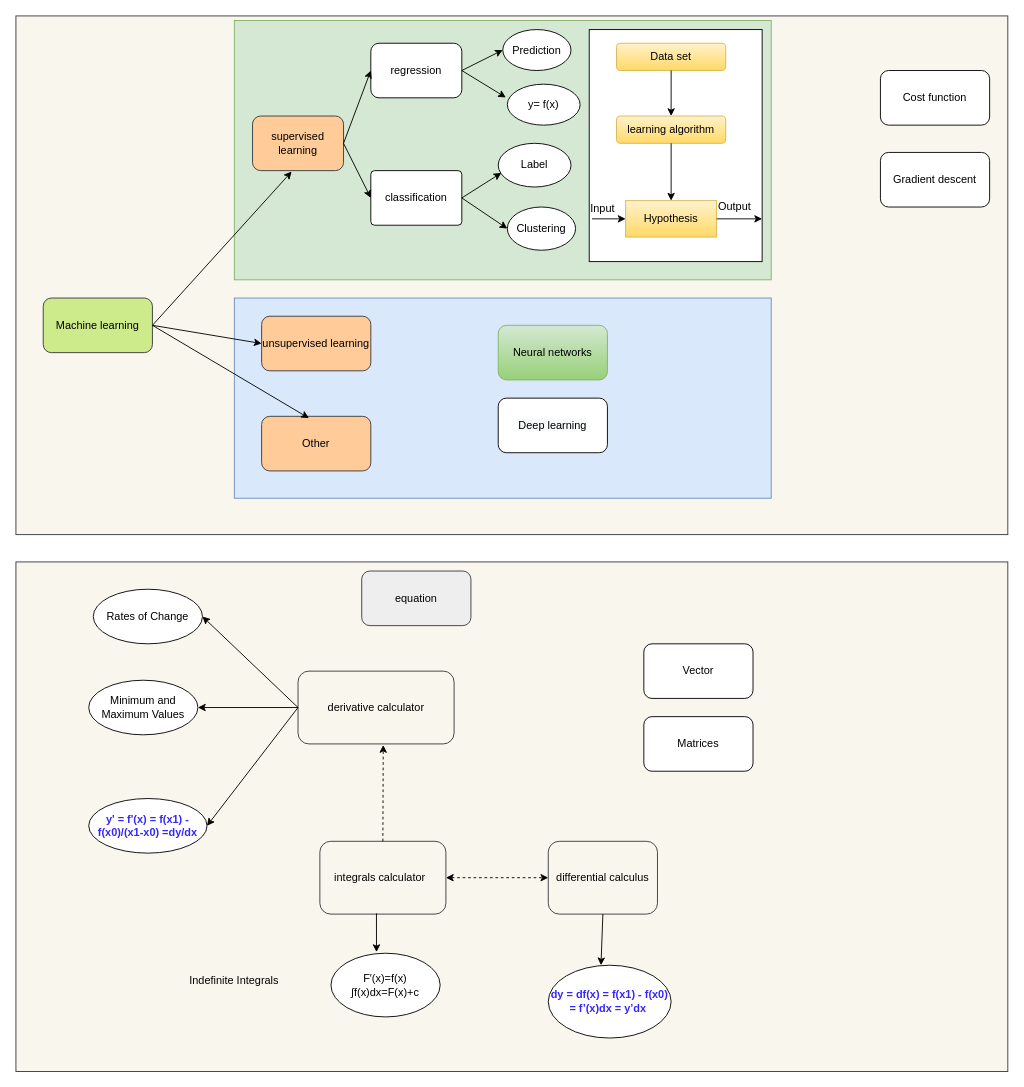
letrthong/machine_learning keeps this draw.io diagram as page "Page-1" (1 of 2) of doc/machine_learning.drawio. Above is the earlier version. Source tidied: cells renumbered, new cells numbered last; positions are measured from the earlier drawing's top-left corner, leaving out a move shared by most shapes. Both pictures are drawn from the tidied source at 91%, with x=0, y=0 at pixel (15, 15).
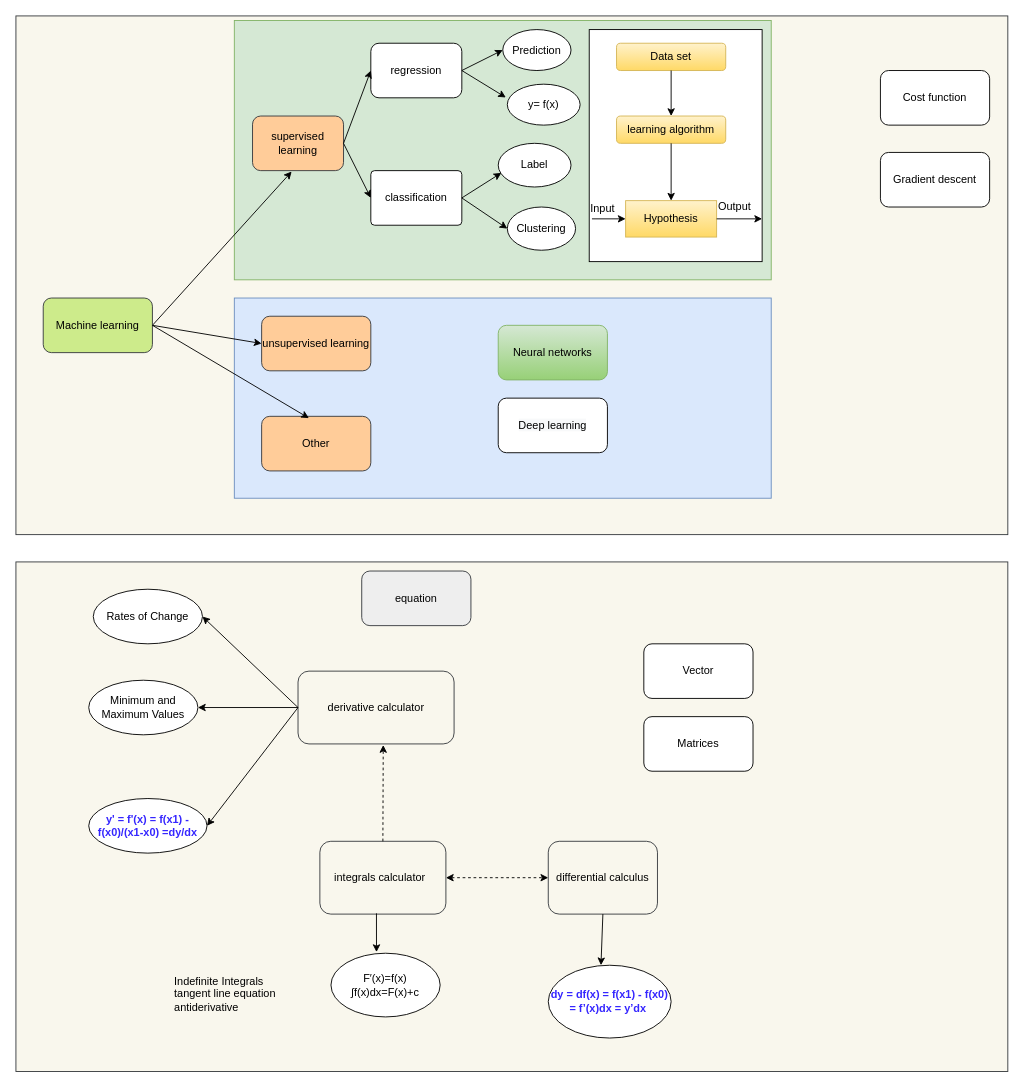
Above is the later version.

Change to the diagram source:
```diff
@@
-    <mxCell id="57" value="Indefinite Integrals" style="text;html=1;strokeColor=none;fillColor=none;align=center;verticalAlign=middle;whiteSpace=wrap;rounded=0;" parent="1" vertex="1">
-      <mxGeometry x="180" y="1050" width="120" height="20" as="geometry" />
+    <mxCell id="57" value="&lt;div style=&quot;text-align: left&quot;&gt;&lt;span&gt;Indefinite Integrals&lt;/span&gt;&lt;/div&gt;&lt;div style=&quot;text-align: left&quot;&gt;&lt;span&gt;tangent line equation&lt;/span&gt;&lt;/div&gt;&lt;div style=&quot;text-align: left&quot;&gt;&lt;span&gt;antiderivative&lt;/span&gt;&lt;/div&gt;" style="text;html=1;strokeColor=none;fillColor=none;align=center;verticalAlign=middle;whiteSpace=wrap;rounded=0;" parent="1" vertex="1">
+      <mxGeometry x="160" y="1050" width="140" height="50" as="geometry" />
     </mxCell>
```
